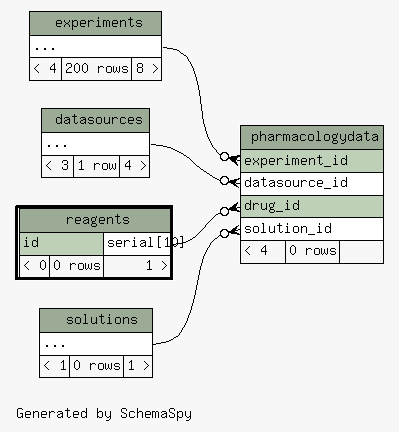
Earlier version of the Graphviz export database/ss/diagrams/reagents.2degrees.png (tgbugs/mlab). Its source is kept beside it as database/ss/diagrams/reagents.2degrees.dot.
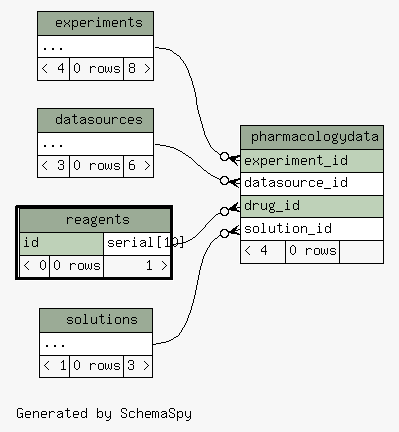
The same file after the commit.

Diff of the diagram source:
```diff
@@ -26,7 +26,7 @@
     <TABLE BORDER="0" CELLBORDER="1" CELLSPACING="0" BGCOLOR="#ffffff">
       <TR><TD COLSPAN="3" BGCOLOR="#9bab96" ALIGN="CENTER">datasources</TD></TR>
       <TR><TD PORT="elipses" COLSPAN="3" ALIGN="LEFT">...</TD></TR>
-      <TR><TD ALIGN="LEFT" BGCOLOR="#f7f7f7">&lt; 3</TD><TD ALIGN="RIGHT" BGCOLOR="#f7f7f7">1 row</TD><TD ALIGN="RIGHT" BGCOLOR="#f7f7f7">4 &gt;</TD></TR>
+      <TR><TD ALIGN="LEFT" BGCOLOR="#f7f7f7">&lt; 3</TD><TD ALIGN="RIGHT" BGCOLOR="#f7f7f7">0 rows</TD><TD ALIGN="RIGHT" BGCOLOR="#f7f7f7">6 &gt;</TD></TR>
     </TABLE>>
     URL="datasources.html"
     tooltip="datasources"
@@ -36,7 +36,7 @@
     <TABLE BORDER="0" CELLBORDER="1" CELLSPACING="0" BGCOLOR="#ffffff">
       <TR><TD COLSPAN="3" BGCOLOR="#9bab96" ALIGN="CENTER">experiments</TD></TR>
       <TR><TD PORT="elipses" COLSPAN="3" ALIGN="LEFT">...</TD></TR>
-      <TR><TD ALIGN="LEFT" BGCOLOR="#f7f7f7">&lt; 4</TD><TD ALIGN="RIGHT" BGCOLOR="#f7f7f7">200 rows</TD><TD ALIGN="RIGHT" BGCOLOR="#f7f7f7">8 &gt;</TD></TR>
+      <TR><TD ALIGN="LEFT" BGCOLOR="#f7f7f7">&lt; 4</TD><TD ALIGN="RIGHT" BGCOLOR="#f7f7f7">0 rows</TD><TD ALIGN="RIGHT" BGCOLOR="#f7f7f7">8 &gt;</TD></TR>
     </TABLE>>
     URL="experiments.html"
     tooltip="experiments"
@@ -69,7 +69,7 @@
     <TABLE BORDER="0" CELLBORDER="1" CELLSPACING="0" BGCOLOR="#ffffff">
       <TR><TD COLSPAN="3" BGCOLOR="#9bab96" ALIGN="CENTER">solutions</TD></TR>
       <TR><TD PORT="elipses" COLSPAN="3" ALIGN="LEFT">...</TD></TR>
-      <TR><TD ALIGN="LEFT" BGCOLOR="#f7f7f7">&lt; 1</TD><TD ALIGN="RIGHT" BGCOLOR="#f7f7f7">0 rows</TD><TD ALIGN="RIGHT" BGCOLOR="#f7f7f7">1 &gt;</TD></TR>
+      <TR><TD ALIGN="LEFT" BGCOLOR="#f7f7f7">&lt; 1</TD><TD ALIGN="RIGHT" BGCOLOR="#f7f7f7">0 rows</TD><TD ALIGN="RIGHT" BGCOLOR="#f7f7f7">3 &gt;</TD></TR>
     </TABLE>>
     URL="solutions.html"
     tooltip="solutions"
```
